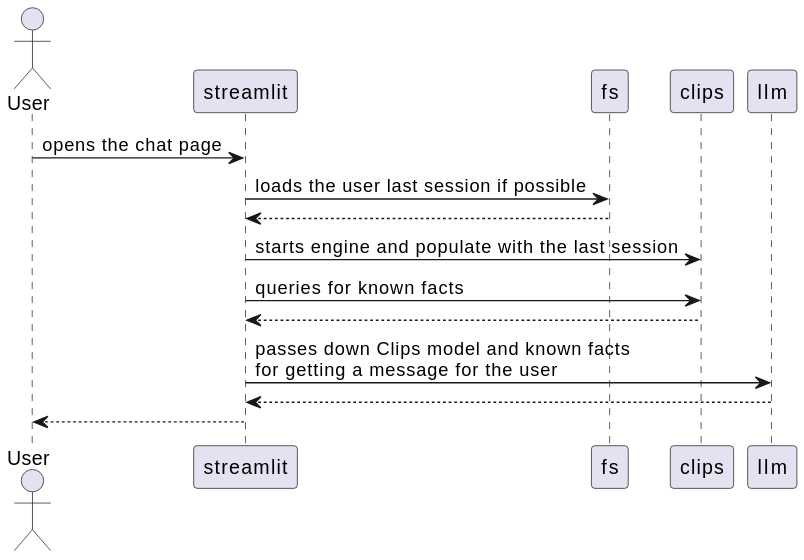
Before: docs/diagrams/dialogue-starts.svg, a diagram exported from PlantUML (skorczan/pcc3-clerk).
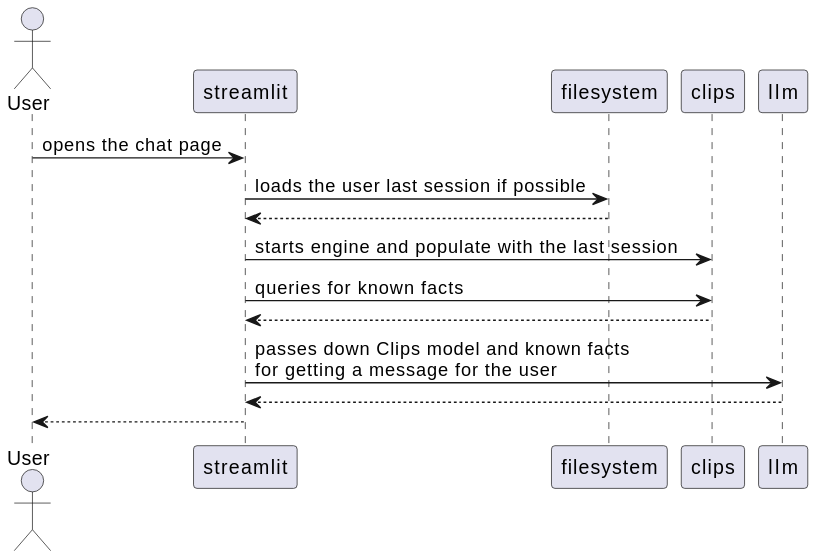
Above is the later version.

Change to the diagram source:
```diff
@@ -2,8 +2,8 @@
 actor User as user
 
 user -> streamlit : opens the chat page
-streamlit -> fs : loads the user last session if possible
-fs --> streamlit
+streamlit -> filesystem : loads the user last session if possible
+filesystem --> streamlit
 
 streamlit -> clips : starts engine and populate with the last session
 streamlit -> clips : queries for known facts
```
